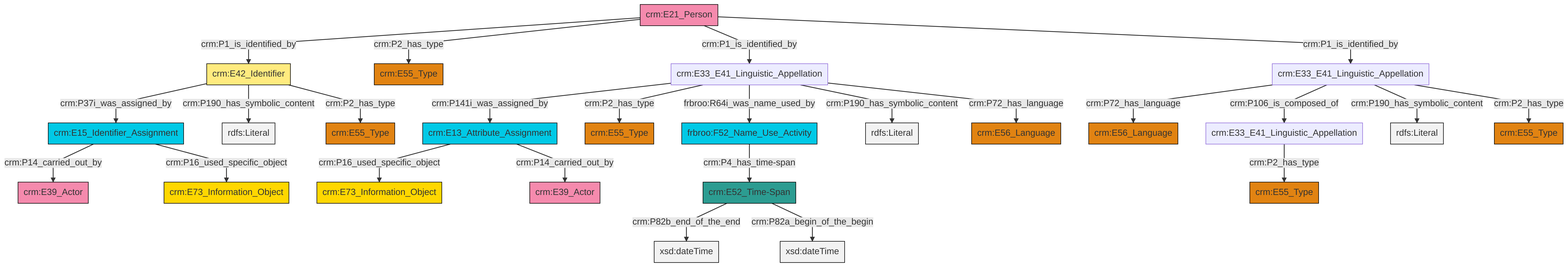
This is et/personCSV/ttl/mmd/png/Person_Names_and_Classification.png from swiss-art-research-net/docs.swissartresearch, a Mermaid export, as it was before one commit. Its source is kept beside it as et/personCSV/ttl/mmd/Person_Names_and_Classification.ttl.mmd.
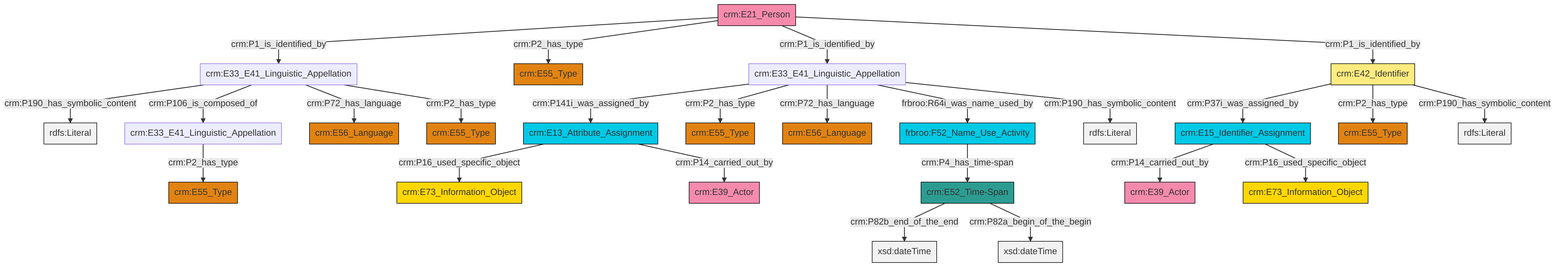
The same file after the commit.

What changed in the source:
```diff
@@ -13,27 +13,27 @@
 classDef PC_Classes fill:#4ce600, stroke:#000000;
 classDef Multi fill:#cccccc,stroke:#000000;
 
-0["crm:E13_Attribute_Assignment"]:::Temporal_Entity -->|crm:P16_used_specific_object| 1["crm:E73_Information_Object"]:::Conceptual_Object
-2["crm:E33_E41_Linguistic_Appellation"]:::Default -->|crm:P141i_was_assigned_by| 0["crm:E13_Attribute_Assignment"]:::Temporal_Entity
-12["crm:E42_Identifier"]:::Appellation -->|crm:P37i_was_assigned_by| 13["crm:E15_Identifier_Assignment"]:::Temporal_Entity
-12["crm:E42_Identifier"]:::Appellation -->|crm:P190_has_symbolic_content| 14[rdfs:Literal]:::Literal
-22["crm:E21_Person"]:::Actor -->|crm:P1_is_identified_by| 12["crm:E42_Identifier"]:::Appellation
-2["crm:E33_E41_Linguistic_Appellation"]:::Default -->|crm:P2_has_type| 23["crm:E55_Type"]:::Type
-4["crm:E33_E41_Linguistic_Appellation"]:::Default -->|crm:P72_has_language| 25["crm:E56_Language"]:::Type
-28["crm:E52_Time-Span"]:::Time-Span -->|crm:P82b_end_of_the_end| 29[xsd:dateTime]:::Literal
-2["crm:E33_E41_Linguistic_Appellation"]:::Default -->|frbroo:R64i_was_name_used_by| 8["frbroo:F52_Name_Use_Activity"]:::Temporal_Entity
-4["crm:E33_E41_Linguistic_Appellation"]:::Default -->|crm:P106_is_composed_of| 15["crm:E33_E41_Linguistic_Appellation"]:::Default
-2["crm:E33_E41_Linguistic_Appellation"]:::Default -->|crm:P190_has_symbolic_content| 30[rdfs:Literal]:::Literal
-4["crm:E33_E41_Linguistic_Appellation"]:::Default -->|crm:P190_has_symbolic_content| 31[rdfs:Literal]:::Literal
-22["crm:E21_Person"]:::Actor -->|crm:P2_has_type| 17["crm:E55_Type"]:::Type
-0["crm:E13_Attribute_Assignment"]:::Temporal_Entity -->|crm:P14_carried_out_by| 35["crm:E39_Actor"]:::Actor
-13["crm:E15_Identifier_Assignment"]:::Temporal_Entity -->|crm:P14_carried_out_by| 36["crm:E39_Actor"]:::Actor
-22["crm:E21_Person"]:::Actor -->|crm:P1_is_identified_by| 2["crm:E33_E41_Linguistic_Appellation"]:::Default
-22["crm:E21_Person"]:::Actor -->|crm:P1_is_identified_by| 4["crm:E33_E41_Linguistic_Appellation"]:::Default
-12["crm:E42_Identifier"]:::Appellation -->|crm:P2_has_type| 6["crm:E55_Type"]:::Type
-15["crm:E33_E41_Linguistic_Appellation"]:::Default -->|crm:P2_has_type| 10["crm:E55_Type"]:::Type
-8["frbroo:F52_Name_Use_Activity"]:::Temporal_Entity -->|crm:P4_has_time-span| 28["crm:E52_Time-Span"]:::Time-Span
-4["crm:E33_E41_Linguistic_Appellation"]:::Default -->|crm:P2_has_type| 19["crm:E55_Type"]:::Type
-28["crm:E52_Time-Span"]:::Time-Span -->|crm:P82a_begin_of_the_begin| 43[xsd:dateTime]:::Literal
-2["crm:E33_E41_Linguistic_Appellation"]:::Default -->|crm:P72_has_language| 40["crm:E56_Language"]:::Type
-13["crm:E15_Identifier_Assignment"]:::Temporal_Entity -->|crm:P16_used_specific_object| 45["crm:E73_Information_Object"]:::Conceptual_Object
+6["crm:E52_Time-Span"]:::Time-Span -->|crm:P82b_end_of_the_end| 7[xsd:dateTime]:::Literal
+10["crm:E33_E41_Linguistic_Appellation"]:::Default -->|crm:P141i_was_assigned_by| 14["crm:E13_Attribute_Assignment"]:::Temporal_Entity
+15["crm:E42_Identifier"]:::Appellation -->|crm:P37i_was_assigned_by| 16["crm:E15_Identifier_Assignment"]:::Temporal_Entity
+10["crm:E33_E41_Linguistic_Appellation"]:::Default -->|crm:P2_has_type| 17["crm:E55_Type"]:::Type
+8["crm:E33_E41_Linguistic_Appellation"]:::Default -->|crm:P190_has_symbolic_content| 18[rdfs:Literal]:::Literal
+16["crm:E15_Identifier_Assignment"]:::Temporal_Entity -->|crm:P14_carried_out_by| 0["crm:E39_Actor"]:::Actor
+14["crm:E13_Attribute_Assignment"]:::Temporal_Entity -->|crm:P16_used_specific_object| 2["crm:E73_Information_Object"]:::Conceptual_Object
+8["crm:E33_E41_Linguistic_Appellation"]:::Default -->|crm:P106_is_composed_of| 21["crm:E33_E41_Linguistic_Appellation"]:::Default
+29["crm:E21_Person"]:::Actor -->|crm:P1_is_identified_by| 8["crm:E33_E41_Linguistic_Appellation"]:::Default
+15["crm:E42_Identifier"]:::Appellation -->|crm:P2_has_type| 32["crm:E55_Type"]:::Type
+29["crm:E21_Person"]:::Actor -->|crm:P2_has_type| 35["crm:E55_Type"]:::Type
+15["crm:E42_Identifier"]:::Appellation -->|crm:P190_has_symbolic_content| 36[rdfs:Literal]:::Literal
+10["crm:E33_E41_Linguistic_Appellation"]:::Default -->|crm:P72_has_language| 38["crm:E56_Language"]:::Type
+14["crm:E13_Attribute_Assignment"]:::Temporal_Entity -->|crm:P14_carried_out_by| 12["crm:E39_Actor"]:::Actor
+6["crm:E52_Time-Span"]:::Time-Span -->|crm:P82a_begin_of_the_begin| 39[xsd:dateTime]:::Literal
+10["crm:E33_E41_Linguistic_Appellation"]:::Default -->|frbroo:R64i_was_name_used_by| 26["frbroo:F52_Name_Use_Activity"]:::Temporal_Entity
+26["frbroo:F52_Name_Use_Activity"]:::Temporal_Entity -->|crm:P4_has_time-span| 6["crm:E52_Time-Span"]:::Time-Span
+10["crm:E33_E41_Linguistic_Appellation"]:::Default -->|crm:P190_has_symbolic_content| 43[rdfs:Literal]:::Literal
+8["crm:E33_E41_Linguistic_Appellation"]:::Default -->|crm:P72_has_language| 19["crm:E56_Language"]:::Type
+29["crm:E21_Person"]:::Actor -->|crm:P1_is_identified_by| 10["crm:E33_E41_Linguistic_Appellation"]:::Default
+21["crm:E33_E41_Linguistic_Appellation"]:::Default -->|crm:P2_has_type| 23["crm:E55_Type"]:::Type
+16["crm:E15_Identifier_Assignment"]:::Temporal_Entity -->|crm:P16_used_specific_object| 41["crm:E73_Information_Object"]:::Conceptual_Object
+8["crm:E33_E41_Linguistic_Appellation"]:::Default -->|crm:P2_has_type| 4["crm:E55_Type"]:::Type
+29["crm:E21_Person"]:::Actor -->|crm:P1_is_identified_by| 15["crm:E42_Identifier"]:::Appellation
```
